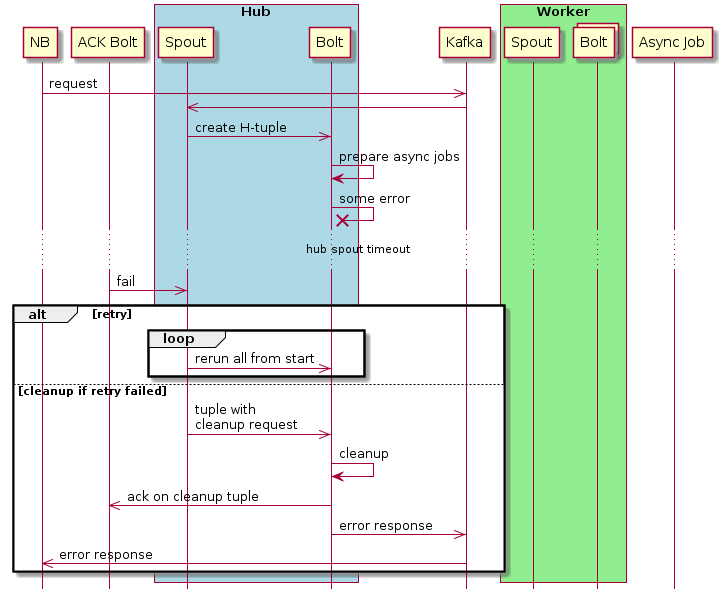
The PlantUML diagram docs/design/hub-and-spoke/v6/wfm-error-hub.png in telstra/open-kilda, before a commit. The source it was exported from:
```plantuml
@startuml
hide footbox

participant NB
participant "ACK Bolt" as ack

box "Hub" #LightBlue
    participant "Spout" as sp_hub
    participant "Bolt" as bolt_hub
end box

participant "Kafka" as bus
box "Worker" #LightGreen
    participant "Spout" as sp_work
    collections "Bolt" as bolt_work
end box

participant "Async Job" as async_job

NB ->> bus : request
sp_hub <<- bus
sp_hub ->> bolt_hub : create H-tuple
bolt_hub -> bolt_hub : prepare async jobs

bolt_hub ->x bolt_hub: some error
... hub spout timeout ...
ack ->> sp_hub : fail
alt retry
    loop
        sp_hub ->> bolt_hub: rerun all from start
    end
else cleanup if retry failed
    sp_hub ->> bolt_hub : tuple with\ncleanup request
    bolt_hub -> bolt_hub : cleanup
    bolt_hub ->> ack: ack on cleanup tuple
    bolt_hub ->> bus: error response
    bus ->> NB: error response
end


@enduml
```
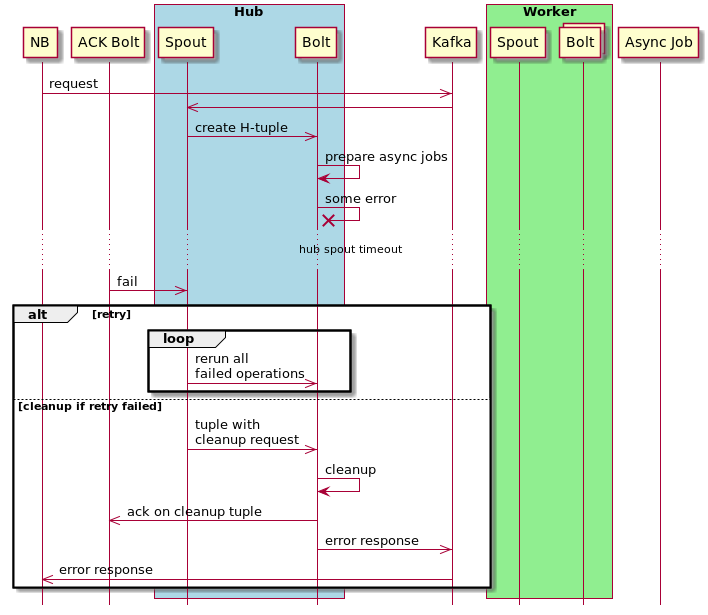
After the change.

The edit, as a diff of the source:
```diff
@@ -27,7 +27,7 @@
 ack ->> sp_hub : fail
 alt retry
     loop
-        sp_hub ->> bolt_hub: rerun all from start
+        sp_hub ->> bolt_hub: rerun all \nfailed operations
     end
 else cleanup if retry failed
     sp_hub ->> bolt_hub : tuple with\ncleanup request
```
